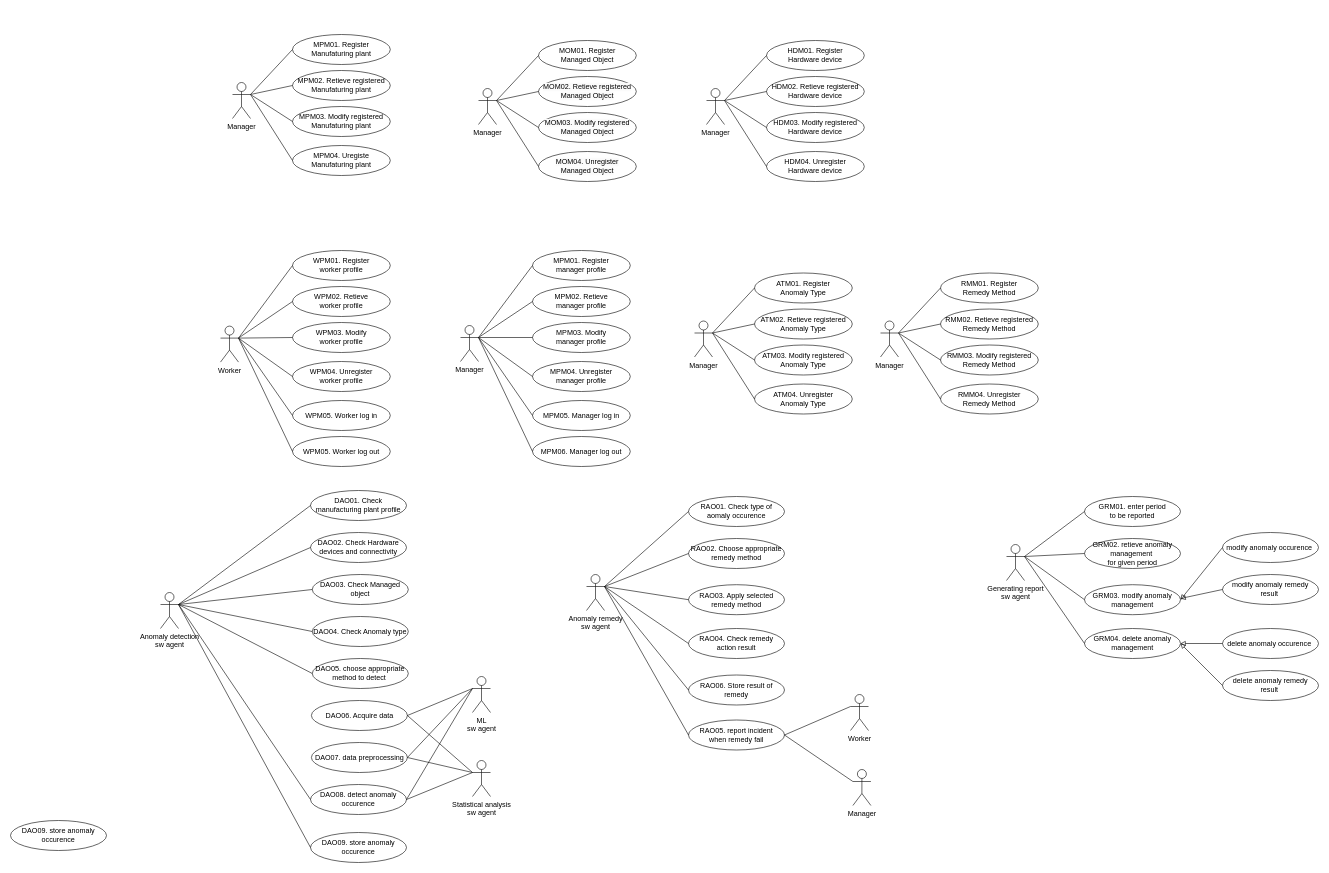
This is aa보고서_usecase_diagram.drawio from ShineSoYoung/TEST, a draw.io file, before an edit. Source tidied: cells renumbered, new cells numbered last; positions are measured from the earlier drawing's top-left corner, leaving out a move shared by most shapes. Both pictures are drawn from the tidied source at 60%, with x=0, y=0 at pixel (10, 34).
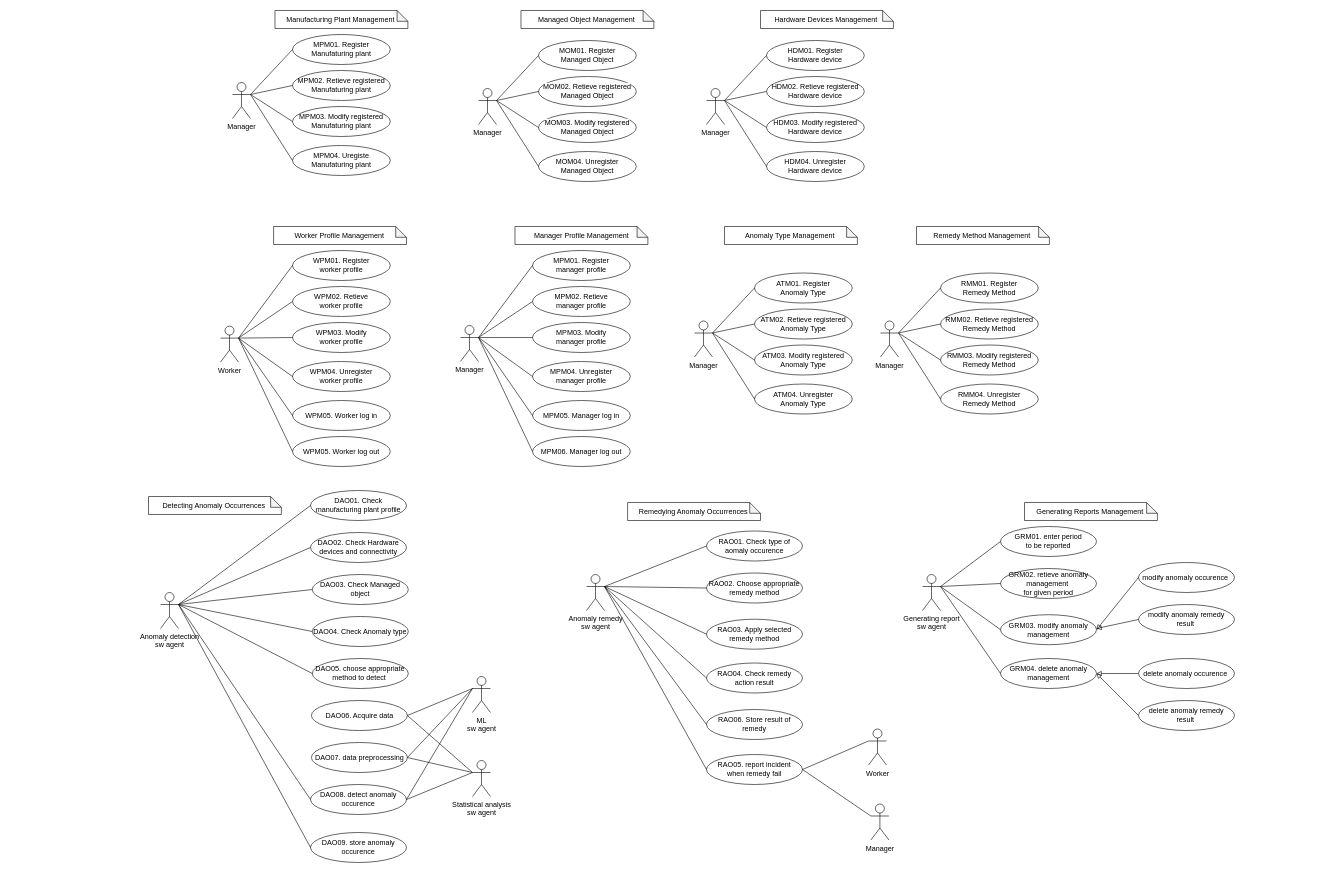
The same page after the edit.

Commit message:
aa보고서_usecase_diagram.drawio 업데이트

Change to the diagram source:
```diff
@@
     <mxCell id="97" value="RAO01.&amp;nbsp;Check type of aomaly occurence" style="ellipse;whiteSpace=wrap;html=1;" parent="1" vertex="1">
-      <mxGeometry x="1130" y="770" width="160" height="50" as="geometry" />
+      <mxGeometry x="1160" y="827.5" width="160" height="50" as="geometry" />
     </mxCell>
     <mxCell id="98" value="RAO02.&amp;nbsp;Choose appropriate remedy method" style="ellipse;whiteSpace=wrap;html=1;" parent="1" vertex="1">
-      <mxGeometry x="1130" y="840" width="160" height="50" as="geometry" />
+      <mxGeometry x="1160" y="897.5" width="160" height="50" as="geometry" />
     </mxCell>
     <mxCell id="99" value="RAO03. Apply selected remedy method" style="ellipse;whiteSpace=wrap;html=1;" parent="1" vertex="1">
-      <mxGeometry x="1130" y="917" width="160" height="50" as="geometry" />
+      <mxGeometry x="1160" y="974.5" width="160" height="50" as="geometry" />
     </mxCell>
     <mxCell id="100" value="RAO04. Check remedy action result" style="ellipse;whiteSpace=wrap;html=1;" parent="1" vertex="1">
-      <mxGeometry x="1130" y="990" width="160" height="50" as="geometry" />
+      <mxGeometry x="1160" y="1047.5" width="160" height="50" as="geometry" />
     </mxCell>
     <mxCell id="101" value="RAO05. report incident &lt;br&gt;when remedy fail" style="ellipse;whiteSpace=wrap;html=1;" parent="1" vertex="1">
-      <mxGeometry x="1130" y="1142.5" width="160" height="50" as="geometry" />
+      <mxGeometry x="1160" y="1200" width="160" height="50" as="geometry" />
     </mxCell>
@@
     <mxCell id="107" value="Worker" style="shape=umlActor;verticalLabelPosition=bottom;verticalAlign=top;html=1;outlineConnect=0;" parent="1" vertex="1">
-      <mxGeometry x="1400" y="1100" width="30" height="60" as="geometry" />
+      <mxGeometry x="1430" y="1157.5" width="30" height="60" as="geometry" />
     </mxCell>
     <mxCell id="108" value="Manager" style="shape=umlActor;verticalLabelPosition=bottom;verticalAlign=top;html=1;outlineConnect=0;" parent="1" vertex="1">
-      <mxGeometry x="1404" y="1225" width="30" height="60" as="geometry" />
+      <mxGeometry x="1434" y="1282.5" width="30" height="60" as="geometry" />
     </mxCell>
@@
     <mxCell id="111" value="Generating report&lt;br&gt;sw agent" style="shape=umlActor;verticalLabelPosition=bottom;verticalAlign=top;html=1;outlineConnect=0;" parent="1" vertex="1">
-      <mxGeometry x="1660" y="850" width="30" height="60" as="geometry" />
+      <mxGeometry x="1520" y="900" width="30" height="60" as="geometry" />
     </mxCell>
     <mxCell id="112" value="GRM01. enter period &lt;br&gt;to be reported" style="ellipse;whiteSpace=wrap;html=1;" parent="1" vertex="1">
-      <mxGeometry x="1790" y="770" width="160" height="50" as="geometry" />
+      <mxGeometry x="1650" y="820" width="160" height="50" as="geometry" />
     </mxCell>
     <mxCell id="113" value="RAO06. Store result of remedy" style="ellipse;whiteSpace=wrap;html=1;" parent="1" vertex="1">
-      <mxGeometry x="1130" y="1067.5" width="160" height="50" as="geometry" />
+      <mxGeometry x="1160" y="1125" width="160" height="50" as="geometry" />
     </mxCell>
@@
     <mxCell id="115" value="GRM02. retieve anomaly management&amp;nbsp;&lt;br&gt;for given period" style="ellipse;whiteSpace=wrap;html=1;" parent="1" vertex="1">
-      <mxGeometry x="1790" y="840" width="160" height="50" as="geometry" />
+      <mxGeometry x="1650" y="890" width="160" height="50" as="geometry" />
     </mxCell>
     <mxCell id="116" value="GRM03. modify anomaly management" style="ellipse;whiteSpace=wrap;html=1;" parent="1" vertex="1">
-      <mxGeometry x="1790" y="917" width="160" height="50" as="geometry" />
+      <mxGeometry x="1650" y="967" width="160" height="50" as="geometry" />
     </mxCell>
@@
     <mxCell id="119" value="GRM04. delete anomaly management" style="ellipse;whiteSpace=wrap;html=1;" parent="1" vertex="1">
-      <mxGeometry x="1790" y="990" width="160" height="50" as="geometry" />
+      <mxGeometry x="1650" y="1040" width="160" height="50" as="geometry" />
     </mxCell>
     <mxCell id="120" value="modify anomaly occurence&amp;nbsp;" style="ellipse;whiteSpace=wrap;html=1;" parent="1" vertex="1">
-      <mxGeometry x="2020" y="830" width="160" height="50" as="geometry" />
+      <mxGeometry x="1880" y="880" width="160" height="50" as="geometry" />
     </mxCell>
     <mxCell id="121" value="modify anomaly remedy result&amp;nbsp;" style="ellipse;whiteSpace=wrap;html=1;" parent="1" vertex="1">
-      <mxGeometry x="2020" y="900" width="160" height="50" as="geometry" />
+      <mxGeometry x="1880" y="950" width="160" height="50" as="geometry" />
     </mxCell>
     <mxCell id="122" value="delete anomaly occurence&amp;nbsp;" style="ellipse;whiteSpace=wrap;html=1;" parent="1" vertex="1">
-      <mxGeometry x="2020" y="990" width="160" height="50" as="geometry" />
+      <mxGeometry x="1880" y="1040" width="160" height="50" as="geometry" />
     </mxCell>
     <mxCell id="123" value="delete anomaly remedy result&amp;nbsp;" style="ellipse;whiteSpace=wrap;html=1;" parent="1" vertex="1">
-      <mxGeometry x="2020" y="1060" width="160" height="50" as="geometry" />
+      <mxGeometry x="1880" y="1110" width="160" height="50" as="geometry" />
     </mxCell>
@@
     <mxCell id="125" style="endArrow=block;html=1;rounded=0;exitX=0;exitY=0.5;exitDx=0;exitDy=0;endFill=0;strokeWidth=1;" parent="1" edge="1" source="121">
       <mxGeometry relative="1" as="geometry">
-        <mxPoint x="1950" y="940" as="targetPoint" />
+        <mxPoint x="1810" y="990" as="targetPoint" />
       </mxGeometry>
     </mxCell>
@@
-    <mxCell id="132" value="DAO09. store anomaly occurence" style="ellipse;whiteSpace=wrap;html=1;" parent="1" vertex="1">
-      <mxGeometry y="1310" width="160" height="50" as="geometry" />
-    </mxCell>
+    <mxCell id="133" value="Manufacturing Plant Management&amp;nbsp;" style="shape=note;whiteSpace=wrap;html=1;backgroundOutline=1;darkOpacity=0.05;size=18;" parent="1" vertex="1">
+      <mxGeometry x="440.8" y="-40" width="221.5" height="30" as="geometry" />
+    </mxCell>
+    <mxCell id="134" value="Managed Object Management&amp;nbsp;" style="shape=note;whiteSpace=wrap;html=1;backgroundOutline=1;darkOpacity=0.05;size=18;" parent="1" vertex="1">
+      <mxGeometry x="850.8" y="-40" width="221.5" height="30" as="geometry" />
+    </mxCell>
+    <mxCell id="135" value="Hardware Devices Management&amp;nbsp;" style="shape=note;whiteSpace=wrap;html=1;backgroundOutline=1;darkOpacity=0.05;size=18;" parent="1" vertex="1">
+      <mxGeometry x="1250" y="-40" width="221.5" height="30" as="geometry" />
+    </mxCell>
+    <mxCell id="136" value="Worker Profile Management&amp;nbsp;" style="shape=note;whiteSpace=wrap;html=1;backgroundOutline=1;darkOpacity=0.05;size=18;" parent="1" vertex="1">
+      <mxGeometry x="438.5" y="320" width="221.5" height="30" as="geometry" />
+    </mxCell>
+    <mxCell id="137" value="Manager Profile Management" style="shape=note;whiteSpace=wrap;html=1;backgroundOutline=1;darkOpacity=0.05;size=18;" parent="1" vertex="1">
+      <mxGeometry x="840.8" y="320" width="221.5" height="30" as="geometry" />
+    </mxCell>
+    <mxCell id="138" value="Anomaly Type Management&amp;nbsp;" style="shape=note;whiteSpace=wrap;html=1;backgroundOutline=1;darkOpacity=0.05;size=18;" parent="1" vertex="1">
+      <mxGeometry x="1190" y="320" width="221.5" height="30" as="geometry" />
+    </mxCell>
+    <mxCell id="139" value="Remedy Method Management&amp;nbsp;" style="shape=note;whiteSpace=wrap;html=1;backgroundOutline=1;darkOpacity=0.05;size=18;" parent="1" vertex="1">
+      <mxGeometry x="1510" y="320" width="221.5" height="30" as="geometry" />
+    </mxCell>
+    <mxCell id="140" value="Detecting Anomaly Occurrences&amp;nbsp;" style="shape=note;whiteSpace=wrap;html=1;backgroundOutline=1;darkOpacity=0.05;size=18;" parent="1" vertex="1">
+      <mxGeometry x="230" y="770" width="221.5" height="30" as="geometry" />
+    </mxCell>
+    <mxCell id="141" value="Remedying Anomaly Occurrences&amp;nbsp;" style="shape=note;whiteSpace=wrap;html=1;backgroundOutline=1;darkOpacity=0.05;size=18;" parent="1" vertex="1">
+      <mxGeometry x="1028.5" y="780" width="221.5" height="30" as="geometry" />
+    </mxCell>
+    <mxCell id="142" value="Generating Reports Management&amp;nbsp;" style="shape=note;whiteSpace=wrap;html=1;backgroundOutline=1;darkOpacity=0.05;size=18;" parent="1" vertex="1">
+      <mxGeometry x="1690" y="780" width="221.5" height="30" as="geometry" />
+    </mxCell>
```
